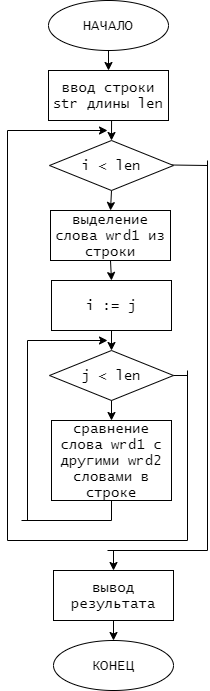
Above: лр6/лр5(укруп бс).png in Aprokun/- (draw.io), before the change. Source tidied: cells renumbered, new cells last; positions are measured from the earlier drawing's top-left corner, leaving out a move shared by most shapes.
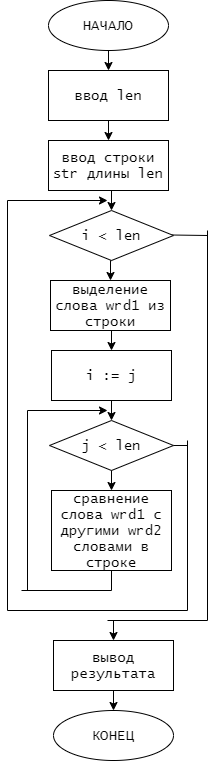
The same diagram one commit later.

Diff of the diagram source:
```diff
@@ -2,11 +2,11 @@
   <root>
     <mxCell id="0" />
     <mxCell id="1" parent="0" />
-    <mxCell id="2" style="edgeStyle=orthogonalEdgeStyle;rounded=0;jettySize=auto;html=1;exitX=0.5;exitY=1;exitDx=0;exitDy=0;entryX=0.5;entryY=0;entryDx=0;entryDy=0;fontFamily=Lucida Console;fontSize=14;" parent="1" edge="1" source="3" target="5">
-      <mxGeometry relative="1" as="geometry" />
-    </mxCell>
+    <mxCell id="31" style="edgeStyle=orthogonalEdgeStyle;rounded=0;jettySize=auto;html=1;exitX=0.5;exitY=1;exitDx=0;exitDy=0;entryX=0.5;entryY=0;entryDx=0;entryDy=0;fontFamily=Lucida Console;fontSize=14;" parent="1" edge="1" source="3" target="33">
+      <mxGeometry relative="1" as="geometry" />
+    </mxCell>
     <mxCell id="3" value="НАЧАЛО" style="ellipse;whiteSpace=wrap;html=1;fontSize=14;fontFamily=Lucida Console;" parent="1" vertex="1">
-      <mxGeometry x="41" width="120" height="50" as="geometry" />
+      <mxGeometry x="41" y="-70" width="120" height="50" as="geometry" />
     </mxCell>
     <mxCell id="4" style="edgeStyle=orthogonalEdgeStyle;rounded=0;jettySize=auto;html=1;exitX=0.5;exitY=1;exitDx=0;exitDy=0;entryX=0.5;entryY=0;entryDx=0;entryDy=0;fontFamily=Lucida Console;fontSize=14;" parent="1" edge="1" source="5" target="17">
       <mxGeometry relative="1" as="geometry" />
@@ -125,5 +125,11 @@
         <mxPoint x="200" y="550" as="targetPoint" />
       </mxGeometry>
     </mxCell>
+    <mxCell id="32" style="edgeStyle=orthogonalEdgeStyle;rounded=0;jettySize=auto;html=1;exitX=0.5;exitY=1;exitDx=0;exitDy=0;entryX=0.5;entryY=0;entryDx=0;entryDy=0;fontFamily=Lucida Console;fontSize=14;" parent="1" edge="1" source="33" target="5">
+      <mxGeometry relative="1" as="geometry" />
+    </mxCell>
+    <mxCell id="33" value="ввод len" style="rounded=0;whiteSpace=wrap;html=1;fontFamily=Lucida Console;fontSize=14;" parent="1" vertex="1">
+      <mxGeometry x="41" width="120" height="50" as="geometry" />
+    </mxCell>
   </root>
 </mxGraphModel>
```
